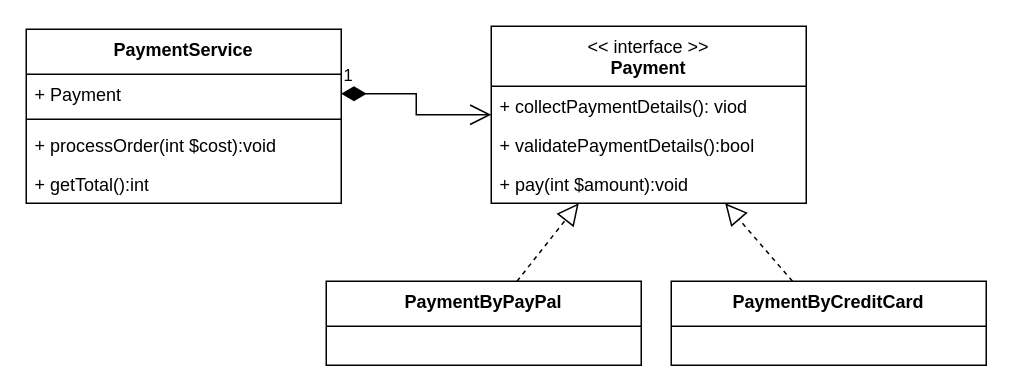
Before: strategy-payment.drawio in joelau71/uml, a draw.io diagram. Source tidied: cells renumbered, new cells numbered last; positions are measured from the earlier drawing's top-left corner, leaving out a move shared by most shapes. Both pictures are drawn from the tidied source at 150%, with x=0, y=0 at pixel (26, 26).
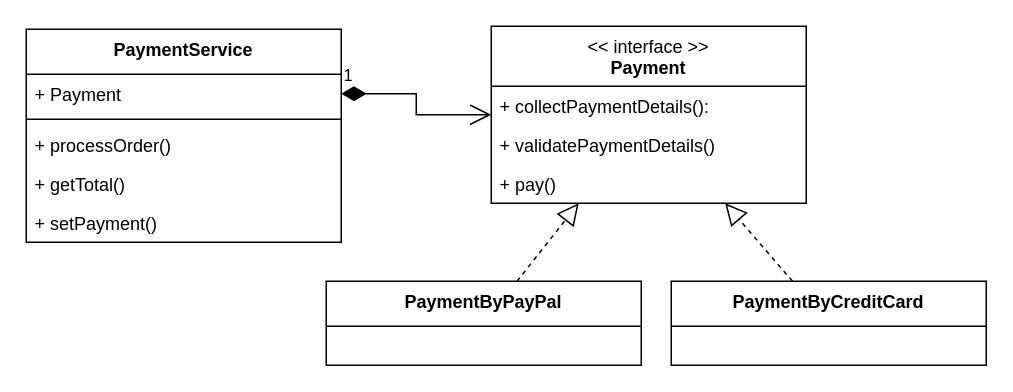
The same page after the edit.

Diff of the diagram source:
```diff
@@
 <mxGraphModel>
   <root>
     <mxCell id="0" />
     <mxCell id="1" parent="0" />
     <mxCell id="2" value="&lt;span style=&quot;font-weight: normal;&quot;&gt;&amp;lt;&amp;lt; interface &amp;gt;&amp;gt;&lt;br&gt;&lt;/span&gt;Payment" style="swimlane;fontStyle=1;align=center;verticalAlign=top;horizontal=1;startSize=40;whiteSpace=wrap;html=1;" parent="1" vertex="1">
       <mxGeometry x="310" width="210" height="118" as="geometry" />
     </mxCell>
-    <mxCell id="3" value="+ collectPaymentDetails(): viod" style="text;strokeColor=none;fillColor=none;align=left;verticalAlign=top;spacingLeft=4;spacingRight=4;overflow=hidden;whiteSpace=wrap;html=1;" parent="2" vertex="1">
+    <mxCell id="3" value="+ collectPaymentDetails():" style="text;strokeColor=none;fillColor=none;align=left;verticalAlign=top;spacingLeft=4;spacingRight=4;overflow=hidden;whiteSpace=wrap;html=1;" parent="2" vertex="1">
       <mxGeometry y="40" width="210" height="26" as="geometry" />
     </mxCell>
-    <mxCell id="4" value="+ validatePaymentDetails():bool" style="text;strokeColor=none;fillColor=none;align=left;verticalAlign=top;spacingLeft=4;spacingRight=4;overflow=hidden;whiteSpace=wrap;html=1;" parent="2" vertex="1">
+    <mxCell id="4" value="+ validatePaymentDetails()" style="text;strokeColor=none;fillColor=none;align=left;verticalAlign=top;spacingLeft=4;spacingRight=4;overflow=hidden;whiteSpace=wrap;html=1;" parent="2" vertex="1">
       <mxGeometry y="66" width="210" height="26" as="geometry" />
     </mxCell>
-    <mxCell id="5" value="+ pay(int $amount):void" style="text;strokeColor=none;fillColor=none;align=left;verticalAlign=top;spacingLeft=4;spacingRight=4;overflow=hidden;whiteSpace=wrap;html=1;" parent="2" vertex="1">
+    <mxCell id="5" value="+ pay()" style="text;strokeColor=none;fillColor=none;align=left;verticalAlign=top;spacingLeft=4;spacingRight=4;overflow=hidden;whiteSpace=wrap;html=1;" parent="2" vertex="1">
       <mxGeometry y="92" width="210" height="26" as="geometry" />
     </mxCell>
     <mxCell id="6" value="PaymentByPayPal" style="swimlane;fontStyle=1;align=center;verticalAlign=top;horizontal=1;startSize=30;whiteSpace=wrap;html=1;" parent="1" vertex="1">
       <mxGeometry x="200" y="170" width="210" height="56" as="geometry" />
     </mxCell>
     <mxCell id="7" value="PaymentByCreditCard" style="swimlane;fontStyle=1;align=center;verticalAlign=top;horizontal=1;startSize=30;whiteSpace=wrap;html=1;" parent="1" vertex="1">
       <mxGeometry x="430" y="170" width="210" height="56" as="geometry" />
     </mxCell>
     <mxCell id="8" style="endArrow=block;dashed=1;endFill=0;endSize=12;html=1;rounded=0;" parent="1" edge="1" source="7" target="2">
       <mxGeometry relative="1" as="geometry" />
     </mxCell>
     <mxCell id="9" style="endArrow=block;dashed=1;endFill=0;endSize=12;html=1;rounded=0;" parent="1" edge="1" source="6" target="2">
       <mxGeometry relative="1" as="geometry" />
     </mxCell>
     <mxCell id="10" value="PaymentService" style="swimlane;fontStyle=1;align=center;verticalAlign=top;horizontal=1;startSize=30;whiteSpace=wrap;html=1;" parent="1" vertex="1">
-      <mxGeometry y="2" width="210" height="116" as="geometry" />
+      <mxGeometry y="2" width="210" height="142" as="geometry" />
     </mxCell>
     <mxCell id="11" value="+ Payment" style="text;strokeColor=none;fillColor=none;align=left;verticalAlign=top;spacingLeft=4;spacingRight=4;overflow=hidden;points=[[0,0.5],[1,0.5]];portConstraint=eastwest;whiteSpace=wrap;html=1;" parent="10" vertex="1">
       <mxGeometry y="30" width="210" height="26" as="geometry" />
     </mxCell>
     <mxCell id="12" style="line;strokeWidth=1;fillColor=none;align=left;verticalAlign=middle;spacingTop=-1;spacingLeft=3;spacingRight=3;labelPosition=right;strokeColor=inherit;" parent="10" vertex="1">
       <mxGeometry y="56" width="210" height="8" as="geometry" />
     </mxCell>
-    <mxCell id="13" value="+ processOrder(int $cost):void" style="text;strokeColor=none;fillColor=none;align=left;verticalAlign=top;spacingLeft=4;spacingRight=4;overflow=hidden;whiteSpace=wrap;html=1;" parent="10" vertex="1">
+    <mxCell id="13" value="+ processOrder()" style="text;strokeColor=none;fillColor=none;align=left;verticalAlign=top;spacingLeft=4;spacingRight=4;overflow=hidden;whiteSpace=wrap;html=1;" parent="10" vertex="1">
       <mxGeometry y="64" width="210" height="26" as="geometry" />
     </mxCell>
-    <mxCell id="14" value="+ getTotal():int" style="text;strokeColor=none;fillColor=none;align=left;verticalAlign=top;spacingLeft=4;spacingRight=4;overflow=hidden;whiteSpace=wrap;html=1;" parent="10" vertex="1">
+    <mxCell id="14" value="+ getTotal()" style="text;strokeColor=none;fillColor=none;align=left;verticalAlign=top;spacingLeft=4;spacingRight=4;overflow=hidden;whiteSpace=wrap;html=1;" parent="10" vertex="1">
       <mxGeometry y="90" width="210" height="26" as="geometry" />
     </mxCell>
+    <mxCell id="16" value="+ setPayment()" style="text;strokeColor=none;fillColor=none;align=left;verticalAlign=top;spacingLeft=4;spacingRight=4;overflow=hidden;whiteSpace=wrap;html=1;" parent="10" vertex="1">
+      <mxGeometry y="116" width="210" height="26" as="geometry" />
+    </mxCell>
     <mxCell id="15" value="1" style="endArrow=open;html=1;endSize=12;startArrow=diamondThin;startSize=14;startFill=1;edgeStyle=orthogonalEdgeStyle;align=left;verticalAlign=bottom;rounded=0;" parent="1" edge="1" source="11" target="2">
       <mxGeometry x="-1" y="3" relative="1" as="geometry" />
     </mxCell>
   </root>
 </mxGraphModel>
```
